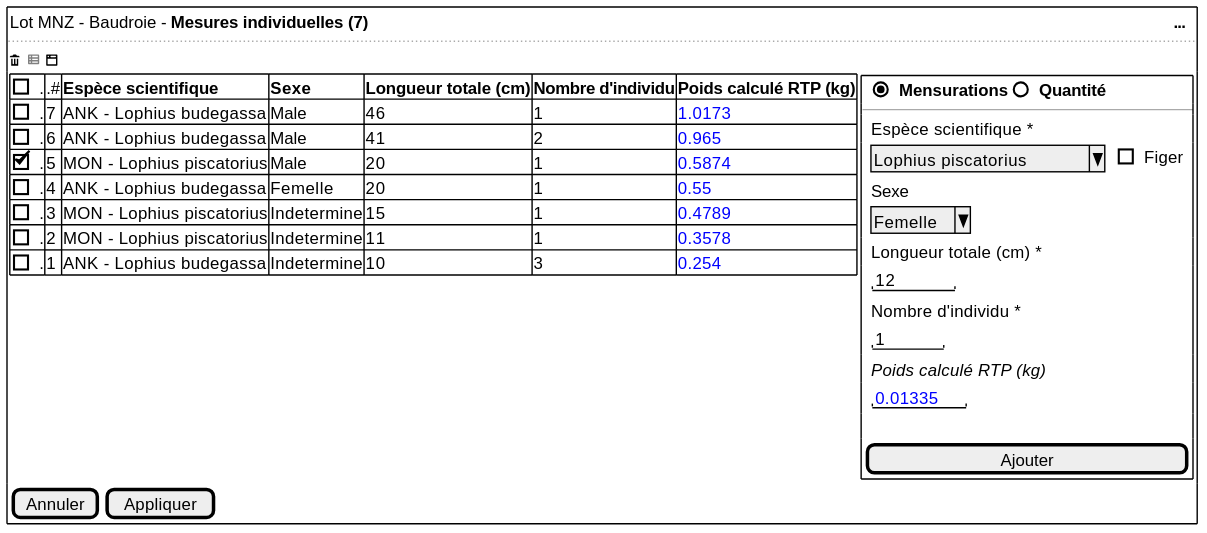
Earlier version of the PlantUML export projects/common/spe/images/individual-measures.svg (sumaris-net/sumaris-doc).
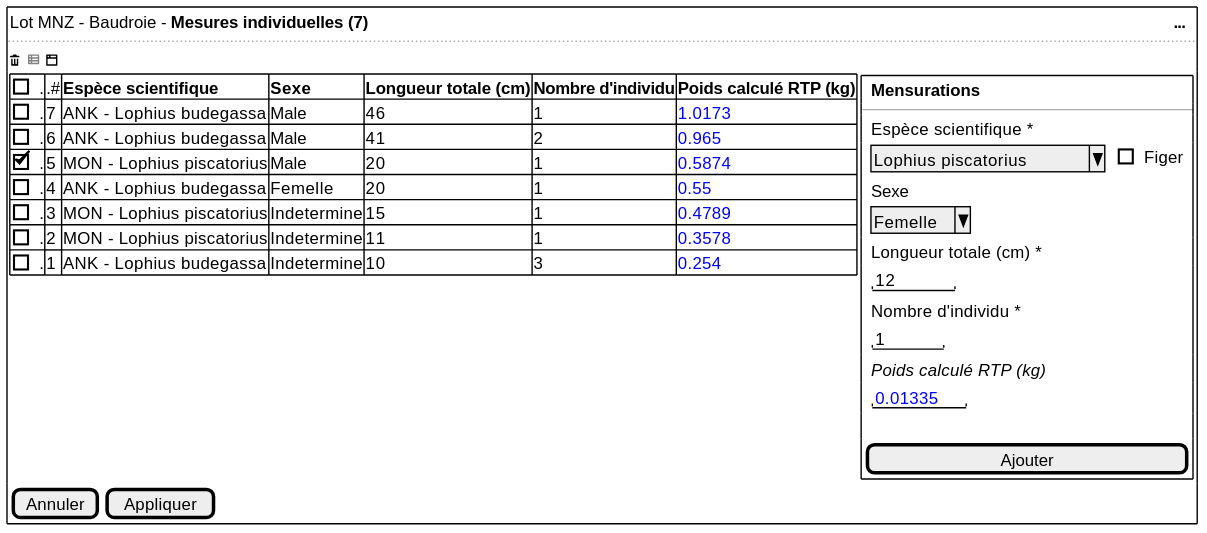
Later version of the same file.

What changed in the source:
```diff
@@ -18,7 +18,7 @@
 
     {
       {+
-        { | . | (X)  <b>Mensurations | ()  <b>Quantité | . | . | . | . | . }
+        { | . |  <b>Mensurations  | . | . | . | . | . }
         --
         { | . | Espèce scientifique *  | . }
         { | . | ^Lophius piscatorius^   | .  | [ ] Figer }
```
